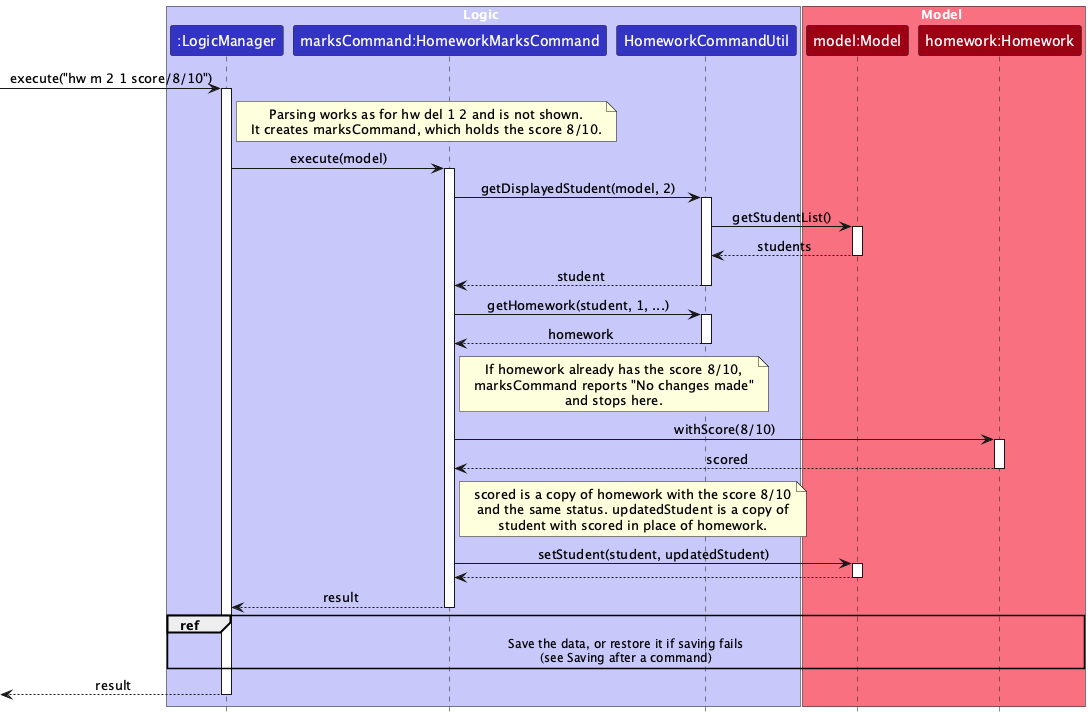
Earlier version of the PlantUML export docs/images/HomeworkMarksSequenceDiagram.png (AY2627S1-CS2103-F12-1/tp).
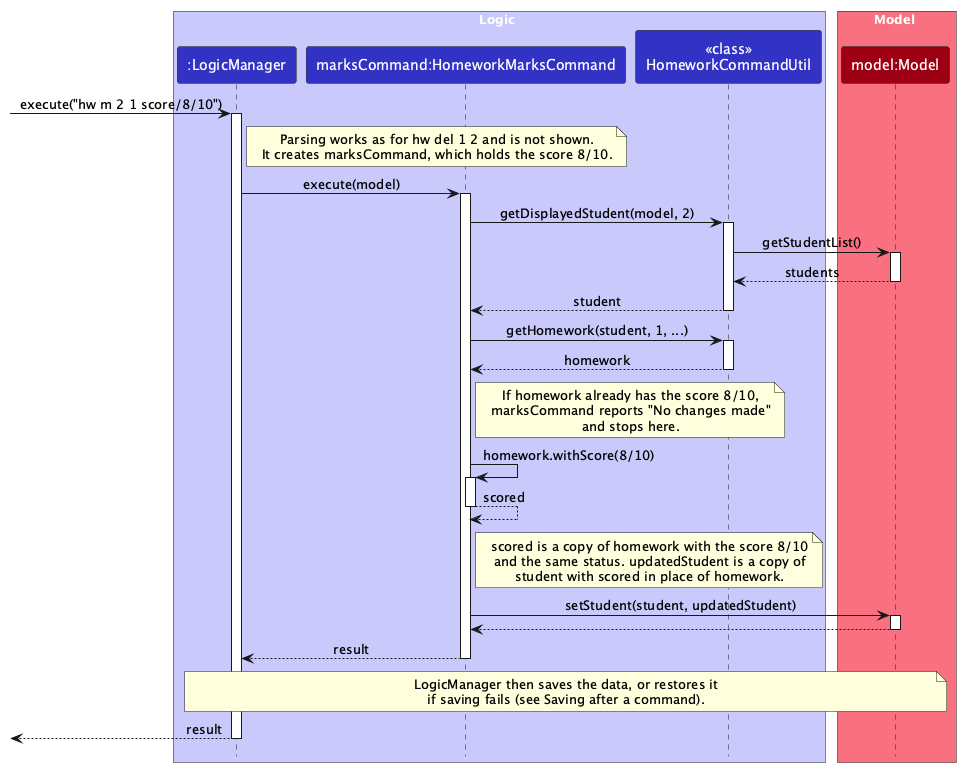
After the change.

Commit message:
DG: Correct notation in the homework diagrams

What changed in the source:
```diff
@@ -5,12 +5,11 @@
 box Logic LOGIC_COLOR_T1
 participant ":LogicManager" as LogicManager LOGIC_COLOR
 participant "marksCommand:HomeworkMarksCommand" as HomeworkMarksCommand LOGIC_COLOR
-participant "HomeworkCommandUtil" as HomeworkCommandUtil LOGIC_COLOR
+participant "<<class>>\nHomeworkCommandUtil" as HomeworkCommandUtil LOGIC_COLOR
 end box
 
 box Model MODEL_COLOR_T1
 participant "model:Model" as Model MODEL_COLOR
-participant "homework:Homework" as Homework MODEL_COLOR
 end box
 
 [-> LogicManager : execute("hw m 2 1 score/8/10")
@@ -48,11 +47,11 @@
   and stops here.
 end note
 
-HomeworkMarksCommand -> Homework : withScore(8/10)
-activate Homework
+HomeworkMarksCommand -> HomeworkMarksCommand : homework.withScore(8/10)
+activate HomeworkMarksCommand
 
-Homework --> HomeworkMarksCommand : scored
-deactivate Homework
+HomeworkMarksCommand --> HomeworkMarksCommand : scored
+deactivate HomeworkMarksCommand
 
 note right of HomeworkMarksCommand
   scored is a copy of homework with the score 8/10
@@ -69,10 +68,10 @@
 HomeworkMarksCommand --> LogicManager : result
 deactivate HomeworkMarksCommand
 
-ref over LogicManager, Homework
-  Save the data, or restore it if saving fails
-  (see Saving after a command)
-end ref
+note over LogicManager, Model
+  LogicManager then saves the data, or restores it
+  if saving fails (see Saving after a command).
+end note
 
 [<-- LogicManager : result
 deactivate LogicManager
```
